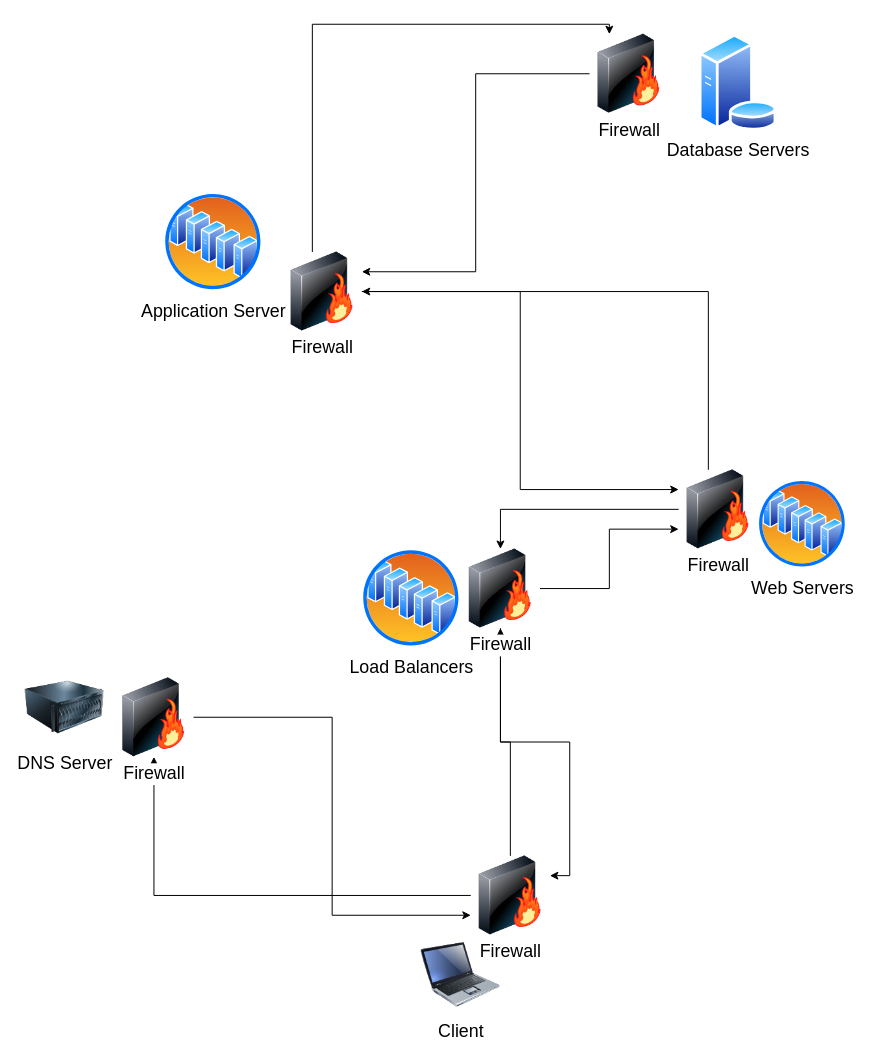
Above: 0x11-what_happens_when_your_type_google_com_in_your_browser_and_press_enter/Untitled Diagram.drawio in getdaniel/alx-system_engineering-devops (draw.io), before the change. Source tidied: cells renumbered, new cells numbered last; positions are measured from the earlier drawing's top-left corner, leaving out a move shared by most shapes. Both pictures are drawn from the tidied source at 99%, with x=0, y=0 at pixel (25, 24).
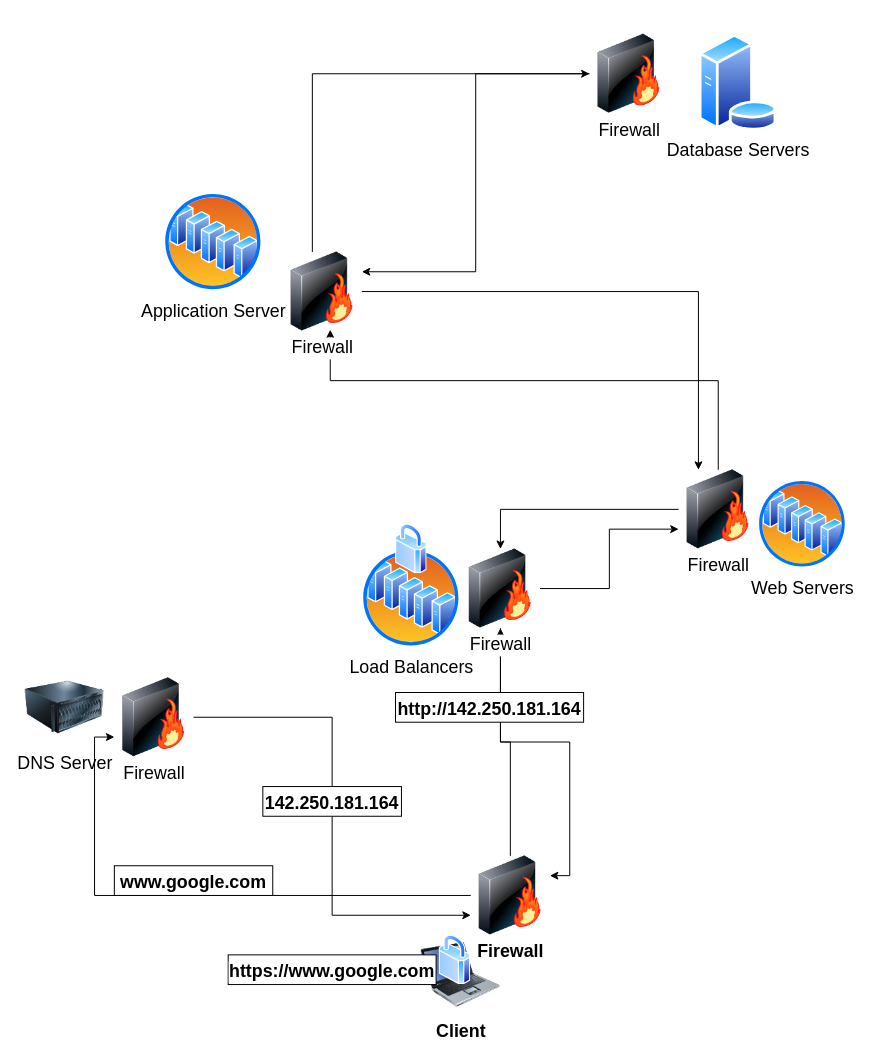
After the change.

Commit message:
updating name of rows

The change refers to these unchanged cells:
```xml
<mxCell id="8" value="&lt;font style=&quot;font-size: 18px;&quot;&gt;Firewall&lt;/font&gt;" style="image;html=1;image=img/lib/clip_art/networking/Firewall-page1_128x128.png;" parent="1" vertex="1">
  <mxGeometry x="90" y="660" width="80" height="80" as="geometry" />
</mxCell>
<mxCell id="15" value="&lt;font style=&quot;font-size: 18px;&quot;&gt;Firewall&lt;/font&gt;" style="image;html=1;image=img/lib/clip_art/networking/Firewall-page1_128x128.png;" parent="1" vertex="1">
  <mxGeometry x="660" y="450" width="80" height="80" as="geometry" />
</mxCell>
<mxCell id="18" value="&lt;font style=&quot;font-size: 18px;&quot;&gt;Firewall&lt;/font&gt;" style="image;html=1;image=img/lib/clip_art/networking/Firewall-page1_128x128.png;" parent="1" vertex="1">
  <mxGeometry x="260" y="230" width="80" height="80" as="geometry" />
</mxCell>
<mxCell id="20" value="&lt;font style=&quot;font-size: 18px;&quot;&gt;Firewall&lt;/font&gt;" style="image;html=1;image=img/lib/clip_art/networking/Firewall-page1_128x128.png;" parent="1" vertex="1">
  <mxGeometry x="570" y="10" width="80" height="80" as="geometry" />
</mxCell>
<mxCell id="23" value="&lt;font style=&quot;font-size: 18px;&quot;&gt;Firewall&lt;/font&gt;" style="image;html=1;image=img/lib/clip_art/networking/Firewall-page1_128x128.png;" parent="1" vertex="1">
  <mxGeometry x="440" y="530" width="80" height="80" as="geometry" />
</mxCell>
```

The edit, as a diff of the source:
```diff
@@
-    <mxCell id="2" value="&lt;font style=&quot;font-size: 18px;&quot;&gt;Client&lt;/font&gt;" style="image;html=1;image=img/lib/clip_art/computers/Laptop_128x128.png;" parent="1" vertex="1">
+    <mxCell id="2" value="&lt;font style=&quot;font-size: 18px;&quot;&gt;&lt;b&gt;Client&lt;/b&gt;&lt;/font&gt;" style="image;html=1;image=img/lib/clip_art/computers/Laptop_128x128.png;" parent="1" vertex="1">
       <mxGeometry x="400" y="920" width="80" height="80" as="geometry" />
     </mxCell>
@@
+    <mxCell id="5" style="edgeStyle=orthogonalEdgeStyle;rounded=0;jettySize=auto;html=1;fontSize=18;" parent="1" edge="1" source="6" target="23">
+      <mxGeometry relative="1" as="geometry" />
+    </mxCell>
-    <mxCell id="4" style="edgeStyle=orthogonalEdgeStyle;rounded=0;jettySize=auto;html=1;entryX=0.5;entryY=1;entryDx=0;entryDy=0;fontSize=18;" parent="1" edge="1" source="6" target="8">
+    <mxCell id="4" style="edgeStyle=orthogonalEdgeStyle;rounded=0;jettySize=auto;html=1;entryX=0;entryY=0.75;entryDx=0;entryDy=0;fontSize=18;" parent="1" edge="1" source="6" target="8">
       <mxGeometry relative="1" as="geometry" />
     </mxCell>
-    <mxCell id="5" style="edgeStyle=orthogonalEdgeStyle;rounded=0;jettySize=auto;html=1;fontSize=18;" parent="1" edge="1" source="6" target="23">
-      <mxGeometry relative="1" as="geometry" />
-    </mxCell>
-    <mxCell id="6" value="&lt;font style=&quot;font-size: 18px;&quot;&gt;Firewall&lt;/font&gt;" style="image;html=1;image=img/lib/clip_art/networking/Firewall-page1_128x128.png;" parent="1" vertex="1">
+    <mxCell id="6" value="&lt;font style=&quot;font-size: 18px;&quot;&gt;&lt;b&gt;Firewall&lt;/b&gt;&lt;/font&gt;" style="image;html=1;image=img/lib/clip_art/networking/Firewall-page1_128x128.png;" parent="1" vertex="1">
       <mxGeometry x="450" y="840" width="80" height="80" as="geometry" />
     </mxCell>
@@
-    <mxCell id="14" style="edgeStyle=orthogonalEdgeStyle;rounded=0;jettySize=auto;html=1;entryX=1;entryY=0.5;entryDx=0;entryDy=0;fontSize=18;" parent="1" edge="1" source="15" target="18">
+    <mxCell id="14" style="edgeStyle=orthogonalEdgeStyle;rounded=0;jettySize=auto;html=1;entryX=0.601;entryY=0.982;entryDx=0;entryDy=0;entryPerimeter=0;fontSize=18;" parent="1" edge="1" source="15" target="18">
       <mxGeometry relative="1" as="geometry">
         <Array as="points">
-          <mxPoint x="690" y="270" />
+          <mxPoint x="700" y="360" />
+          <mxPoint x="308" y="360" />
         </Array>
       </mxGeometry>
     </mxCell>
@@
+    <mxCell id="17" style="edgeStyle=orthogonalEdgeStyle;rounded=0;jettySize=auto;html=1;entryX=0;entryY=0.5;entryDx=0;entryDy=0;fontSize=18;" parent="1" edge="1" source="18" target="20">
+      <mxGeometry relative="1" as="geometry">
+        <Array as="points">
+          <mxPoint x="290" y="50" />
+        </Array>
+      </mxGeometry>
+    </mxCell>
-    <mxCell id="16" style="edgeStyle=orthogonalEdgeStyle;rounded=0;jettySize=auto;html=1;entryX=0;entryY=0.25;entryDx=0;entryDy=0;fontSize=18;" parent="1" edge="1" source="18" target="15">
+    <mxCell id="16" style="edgeStyle=orthogonalEdgeStyle;rounded=0;jettySize=auto;html=1;entryX=0.25;entryY=0;entryDx=0;entryDy=0;fontSize=18;" parent="1" edge="1" source="18" target="15">
       <mxGeometry relative="1" as="geometry" />
     </mxCell>
-    <mxCell id="17" style="edgeStyle=orthogonalEdgeStyle;rounded=0;jettySize=auto;html=1;entryX=0.25;entryY=0;entryDx=0;entryDy=0;fontSize=18;" parent="1" edge="1" source="18" target="20">
-      <mxGeometry relative="1" as="geometry">
-        <Array as="points">
-          <mxPoint x="290" />
-          <mxPoint x="590" />
-        </Array>
-      </mxGeometry>
-    </mxCell>
@@
+    <mxCell id="24" style="perimeter=ellipsePerimeter;html=1;align=center;shadow=0;dashed=0;spacingTop=3;image;image=img/lib/active_directory/secure.svg;fontSize=18;" parent="1" vertex="1">
+      <mxGeometry x="374" y="505" width="32" height="50" as="geometry" />
+    </mxCell>
+    <mxCell id="25" style="perimeter=ellipsePerimeter;html=1;align=center;shadow=0;dashed=0;spacingTop=3;image;image=img/lib/active_directory/secure.svg;fontSize=18;" parent="1" vertex="1">
+      <mxGeometry x="418" y="920" width="32" height="50" as="geometry" />
+    </mxCell>
+    <mxCell id="26" value="&lt;font style=&quot;font-size: 18px;&quot;&gt;&lt;b&gt;https://www.google.com&lt;/b&gt;&lt;/font&gt;" style="whiteSpace=wrap;html=1;verticalAlign=top;labelBackgroundColor=default;" parent="1" vertex="1">
+      <mxGeometry x="205" y="940" width="210" height="30" as="geometry" />
+    </mxCell>
+    <mxCell id="27" value="&lt;font style=&quot;font-size: 18px;&quot;&gt;&lt;b&gt;www.google.com&lt;/b&gt;&lt;/font&gt;" style="whiteSpace=wrap;html=1;verticalAlign=top;labelBackgroundColor=default;" parent="1" vertex="1">
+      <mxGeometry x="90" y="850" width="160" height="30" as="geometry" />
+    </mxCell>
+    <mxCell id="28" value="&lt;font style=&quot;font-size: 18px;&quot;&gt;&lt;b&gt;142.250.181.164&lt;/b&gt;&lt;/font&gt;" style="whiteSpace=wrap;html=1;verticalAlign=top;labelBackgroundColor=default;" parent="1" vertex="1">
+      <mxGeometry x="240" y="770" width="140" height="30" as="geometry" />
+    </mxCell>
+    <mxCell id="29" value="&lt;b&gt;&lt;font style=&quot;font-size: 18px;&quot;&gt;http://142.250.181.164&lt;/font&gt;&lt;/b&gt;" style="whiteSpace=wrap;html=1;verticalAlign=top;labelBackgroundColor=default;" parent="1" vertex="1">
+      <mxGeometry x="374" y="675" width="190" height="30" as="geometry" />
+    </mxCell>
```
